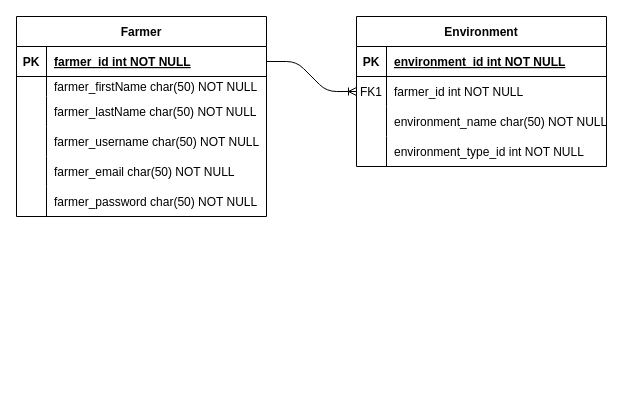
Earlier version of the draw.io diagram ER-APP-Diagram.drawio (FarmENV/ER-Diagrams). Source tidied: cells renumbered, new cells numbered last; positions are measured from the earlier drawing's top-left corner, leaving out a move shared by most shapes. Both pictures are drawn from the tidied source at 100%, with x=0, y=0 at pixel (16, 16).
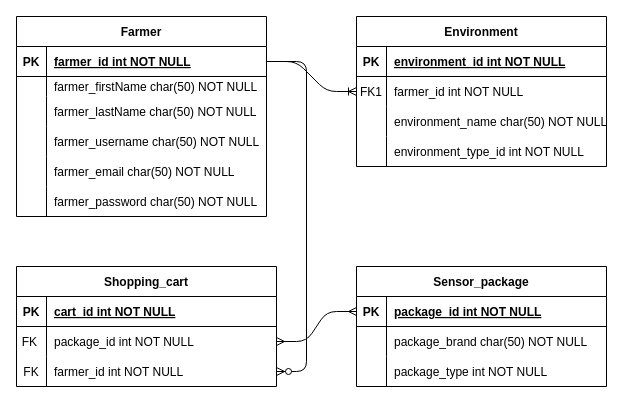
After the change.

Commit message:
Adding shopping cart and sensor

The change refers to these unchanged cells:
```xml
<mxCell id="16" style="shape=partialRectangle;fillColor=none;points=[[0,0.5],[1,0.5]];portConstraint=eastwest;top=0;left=0;right=0;bottom=1;" parent="15" vertex="1">
  <mxGeometry y="30" width="250" height="30" as="geometry" />
</mxCell>
```

Diff of the diagram source:
```diff
@@
+    <mxCell id="35" value="Shopping_cart" style="shape=table;startSize=30;childLayout=tableLayout;rowLines=0;fontStyle=1;align=center;" parent="1" vertex="1">
+      <mxGeometry y="250" width="260" height="120" as="geometry" />
+    </mxCell>
+    <mxCell id="36" style="shape=partialRectangle;fillColor=none;top=0;left=0;bottom=1;right=0;" parent="35" vertex="1">
+      <mxGeometry y="30" width="260" height="30" as="geometry" />
+    </mxCell>
+    <mxCell id="37" value="PK" style="shape=partialRectangle;fillColor=none;top=0;left=0;bottom=0;right=0;fontStyle=1;overflow=hidden;" parent="36" vertex="1">
+      <mxGeometry width="30" height="30" as="geometry" />
+    </mxCell>
+    <mxCell id="38" value="cart_id int NOT NULL" style="shape=partialRectangle;fillColor=none;top=0;left=0;bottom=0;right=0;align=left;spacingLeft=6;fontStyle=5;overflow=hidden;" parent="36" vertex="1">
+      <mxGeometry x="30" width="230" height="30" as="geometry" />
+    </mxCell>
+    <mxCell id="39" style="shape=partialRectangle;fillColor=none;top=0;left=0;bottom=0;right=0;points=[[0,0.5],[1,0.5]];portConstraint=eastwest;" parent="35" vertex="1">
+      <mxGeometry y="60" width="260" height="30" as="geometry" />
+    </mxCell>
+    <mxCell id="40" value="FK " style="shape=partialRectangle;fillColor=none;top=0;left=0;bottom=0;right=0;overflow=hidden;" parent="39" vertex="1">
+      <mxGeometry width="30" height="30" as="geometry" />
+    </mxCell>
+    <mxCell id="41" value="package_id int NOT NULL" style="shape=partialRectangle;fillColor=none;top=0;left=0;bottom=0;right=0;align=left;spacingLeft=6;overflow=hidden;fontStyle=0;strokeColor=none;strokeWidth=0;" parent="39" vertex="1">
+      <mxGeometry x="30" width="230" height="30" as="geometry" />
+    </mxCell>
+    <mxCell id="42" style="shape=partialRectangle;fillColor=none;top=0;left=0;bottom=0;right=0;points=[[0,0.5],[1,0.5]];portConstraint=eastwest;" parent="35" vertex="1">
+      <mxGeometry y="90" width="260" height="30" as="geometry" />
+    </mxCell>
+    <mxCell id="43" value="FK" style="shape=partialRectangle;fillColor=none;top=0;left=0;bottom=0;right=0;overflow=hidden;" parent="42" vertex="1">
+      <mxGeometry width="30" height="30" as="geometry" />
+    </mxCell>
+    <mxCell id="44" value="farmer_id int NOT NULL" style="shape=partialRectangle;fillColor=none;top=0;left=0;bottom=0;right=0;align=left;spacingLeft=6;overflow=hidden;fontStyle=0;" parent="42" vertex="1">
+      <mxGeometry x="30" width="230" height="30" as="geometry" />
+    </mxCell>
+    <mxCell id="45" value="Sensor_package" style="shape=table;startSize=30;childLayout=tableLayout;rowLines=0;fontStyle=1;align=center;" parent="1" vertex="1">
+      <mxGeometry x="340" y="250" width="250" height="120" as="geometry" />
+    </mxCell>
+    <mxCell id="46" style="shape=partialRectangle;fillColor=none;top=0;left=0;bottom=1;right=0;points=[[0,0.5],[1,0.5]];portConstraint=eastwest;" parent="45" vertex="1">
+      <mxGeometry y="30" width="250" height="30" as="geometry" />
+    </mxCell>
+    <mxCell id="47" value="PK" style="shape=partialRectangle;fillColor=none;top=0;left=0;bottom=0;right=0;fontStyle=1;overflow=hidden;" parent="46" vertex="1">
+      <mxGeometry width="30" height="30" as="geometry" />
+    </mxCell>
+    <mxCell id="48" value="package_id int NOT NULL" style="shape=partialRectangle;fillColor=none;top=0;left=0;bottom=0;right=0;align=left;spacingLeft=6;fontStyle=5;overflow=hidden;" parent="46" vertex="1">
+      <mxGeometry x="30" width="220" height="30" as="geometry" />
+    </mxCell>
+    <mxCell id="49" style="shape=partialRectangle;fillColor=none;top=0;left=0;bottom=0;right=0;" parent="45" vertex="1">
+      <mxGeometry y="60" width="250" height="30" as="geometry" />
+    </mxCell>
+    <mxCell id="50" style="shape=partialRectangle;fillColor=none;top=0;left=0;bottom=0;right=0;overflow=hidden;" parent="49" vertex="1">
+      <mxGeometry width="30" height="30" as="geometry" />
+    </mxCell>
+    <mxCell id="51" value="package_brand char(50) NOT NULL" style="shape=partialRectangle;fillColor=none;top=0;left=0;bottom=0;right=0;align=left;spacingLeft=6;overflow=hidden;" parent="49" vertex="1">
+      <mxGeometry x="30" width="220" height="30" as="geometry" />
+    </mxCell>
+    <mxCell id="52" style="shape=partialRectangle;fillColor=none;top=0;left=0;bottom=0;right=0;" parent="45" vertex="1">
+      <mxGeometry y="90" width="250" height="30" as="geometry" />
+    </mxCell>
+    <mxCell id="53" style="shape=partialRectangle;fillColor=none;top=0;left=0;bottom=0;right=0;overflow=hidden;" parent="52" vertex="1">
+      <mxGeometry width="30" height="30" as="geometry" />
+    </mxCell>
+    <mxCell id="54" value="package_type int NOT NULL" style="shape=partialRectangle;fillColor=none;top=0;left=0;bottom=0;right=0;align=left;spacingLeft=6;overflow=hidden;" parent="52" vertex="1">
+      <mxGeometry x="30" width="220" height="30" as="geometry" />
+    </mxCell>
+    <mxCell id="55" style="edgeStyle=entityRelationEdgeStyle;fontSize=12;html=1;endArrow=ERmany;startArrow=ERmany;entryX=0;entryY=0.5;entryDx=0;entryDy=0;exitX=1;exitY=0.5;exitDx=0;exitDy=0;" parent="1" edge="1" source="39" target="46">
+      <mxGeometry relative="1" as="geometry" />
+    </mxCell>
+    <mxCell id="56" style="edgeStyle=entityRelationEdgeStyle;fontSize=12;html=1;endArrow=ERzeroToMany;endFill=1;exitX=1;exitY=0.5;exitDx=0;exitDy=0;" parent="1" edge="1" source="16" target="42">
+      <mxGeometry relative="1" as="geometry" />
+    </mxCell>
```
